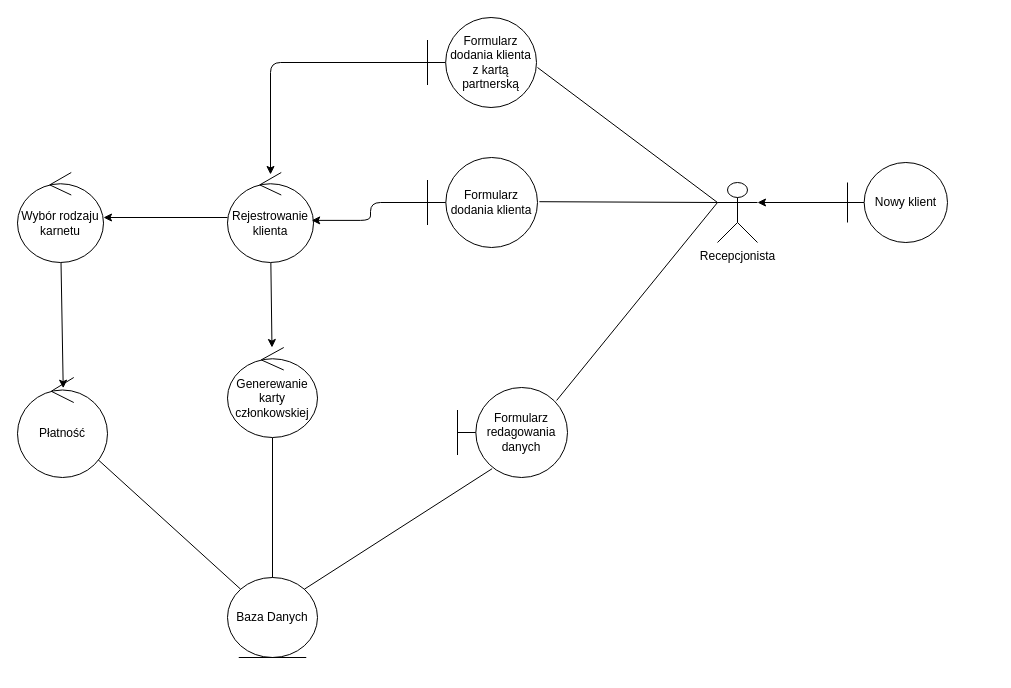
This is draw.io/ModelAnalitycznyNR1.drawio from WladekBBC/PSI, a draw.io file, before an edit. Source tidied: cells renumbered, new cells numbered last; positions are measured from the earlier drawing's top-left corner, leaving out a move shared by most shapes. Both pictures are drawn from the tidied source at 100%, with x=0, y=0 at pixel (17, 17).
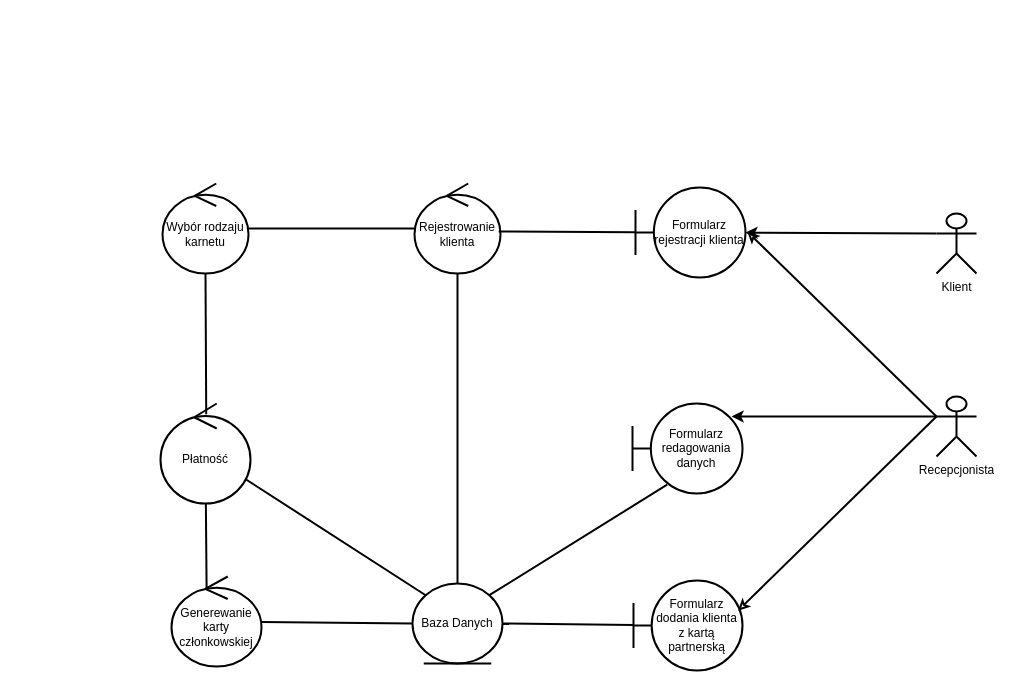
After the change.

Commit message (it also covers changes not shown here):
Model analityczny NR1

Model analityczny do pierwszego przypadku użycia systemu siłowni "SigmaGym"

The edit, as a diff of the source:
```diff
@@
-    <mxCell id="2" value="Recepcjonista" style="shape=umlActor;verticalLabelPosition=bottom;verticalAlign=top;html=1;" parent="1" vertex="1">
-      <mxGeometry x="700" y="165" width="40" height="60" as="geometry" />
+    <mxCell id="2" value="Recepcjonista" style="shape=umlActor;verticalLabelPosition=bottom;verticalAlign=top;html=1;strokeWidth=2;" parent="1" vertex="1">
+      <mxGeometry x="919" y="379" width="40" height="60" as="geometry" />
     </mxCell>
-    <mxCell id="3" value="Formularz dodania klienta" style="shape=umlBoundary;whiteSpace=wrap;html=1;" parent="1" vertex="1">
-      <mxGeometry x="410" y="140" width="110" height="90" as="geometry" />
-    </mxCell>
+    <mxCell id="24" value="Formularz rejestracji klienta" style="shape=umlBoundary;whiteSpace=wrap;html=1;strokeWidth=2;" parent="1" vertex="1">
+      <mxGeometry x="618" y="170" width="110" height="90" as="geometry" />
+    </mxCell>
-    <mxCell id="4" style="edgeStyle=none;html=1;" parent="1" edge="1" source="6" target="8">
+    <mxCell id="4" style="edgeStyle=none;html=1;strokeWidth=2;endArrow=none;startFill=0;" parent="1" edge="1" source="6" target="8">
       <mxGeometry relative="1" as="geometry" />
     </mxCell>
-    <mxCell id="5" style="edgeStyle=none;html=1;" parent="1" edge="1" source="6" target="15">
-      <mxGeometry relative="1" as="geometry" />
-    </mxCell>
+    <mxCell id="25" style="edgeStyle=orthogonalEdgeStyle;rounded=0;jettySize=auto;html=1;entryX=0.5;entryY=0;entryDx=0;entryDy=0;strokeWidth=2;endArrow=none;startFill=0;" parent="1" edge="1" source="6" target="7">
+      <mxGeometry relative="1" as="geometry" />
+    </mxCell>
-    <mxCell id="6" value="Rejestrowanie&lt;div&gt;klienta&lt;/div&gt;" style="ellipse;shape=umlControl;whiteSpace=wrap;html=1;" parent="1" vertex="1">
-      <mxGeometry x="210" y="155" width="86" height="90" as="geometry" />
+    <mxCell id="6" value="Rejestrowanie&lt;div&gt;klienta&lt;/div&gt;" style="ellipse;shape=umlControl;whiteSpace=wrap;html=1;strokeWidth=2;" parent="1" vertex="1">
+      <mxGeometry x="397" y="166" width="86" height="90" as="geometry" />
     </mxCell>
-    <mxCell id="7" value="Baza Danych" style="ellipse;shape=umlEntity;whiteSpace=wrap;html=1;" parent="1" vertex="1">
-      <mxGeometry x="210" y="560" width="90" height="80" as="geometry" />
+    <mxCell id="7" value="Baza Danych" style="ellipse;shape=umlEntity;whiteSpace=wrap;html=1;strokeWidth=2;" parent="1" vertex="1">
+      <mxGeometry x="395" y="566" width="90" height="80" as="geometry" />
     </mxCell>
-    <mxCell id="8" value="Wybór rodzaju karnetu" style="ellipse;shape=umlControl;whiteSpace=wrap;html=1;" parent="1" vertex="1">
-      <mxGeometry y="155" width="86" height="90" as="geometry" />
+    <mxCell id="8" value="Wybór rodzaju karnetu" style="ellipse;shape=umlControl;whiteSpace=wrap;html=1;strokeWidth=2;" parent="1" vertex="1">
+      <mxGeometry x="145" y="166" width="86" height="90" as="geometry" />
     </mxCell>
+    <mxCell id="26" style="rounded=0;jettySize=auto;html=1;entryX=1;entryY=0.5;entryDx=0;entryDy=0;strokeWidth=2;endArrow=none;startFill=0;" parent="1" edge="1" source="9" target="7">
+      <mxGeometry relative="1" as="geometry" />
+    </mxCell>
-    <mxCell id="9" value="Formularz dodania klienta z kartą partnerską" style="shape=umlBoundary;whiteSpace=wrap;html=1;" parent="1" vertex="1">
-      <mxGeometry x="410" width="109" height="90" as="geometry" />
+    <mxCell id="9" value="Formularz dodania klienta z kartą partnerską" style="shape=umlBoundary;whiteSpace=wrap;html=1;strokeWidth=2;" parent="1" vertex="1">
+      <mxGeometry x="616" y="563" width="109" height="90" as="geometry" />
     </mxCell>
-    <mxCell id="10" style="endArrow=none;html=1;entryX=0;entryY=0.3333333333333333;entryDx=0;entryDy=0;entryPerimeter=0;exitX=1.017;exitY=0.491;exitDx=0;exitDy=0;exitPerimeter=0;" parent="1" edge="1" source="3" target="2">
-      <mxGeometry relative="1" as="geometry" />
-    </mxCell>
-    <mxCell id="11" style="endArrow=none;html=1;entryX=0;entryY=0.3333333333333333;entryDx=0;entryDy=0;entryPerimeter=0;" parent="1" edge="1" target="2">
-      <mxGeometry relative="1" as="geometry">
-        <mxPoint x="520" y="50" as="sourcePoint" />
-      </mxGeometry>
-    </mxCell>
-    <mxCell id="12" style="edgeStyle=orthogonalEdgeStyle;html=1;entryX=0.979;entryY=0.532;entryDx=0;entryDy=0;entryPerimeter=0;" parent="1" edge="1" source="3" target="6">
-      <mxGeometry relative="1" as="geometry" />
-    </mxCell>
-    <mxCell id="13" style="edgeStyle=orthogonalEdgeStyle;html=1;entryX=0.5;entryY=0.022;entryDx=0;entryDy=0;entryPerimeter=0;" parent="1" edge="1" source="9" target="6">
-      <mxGeometry relative="1" as="geometry" />
-    </mxCell>
+    <mxCell id="27" style="endArrow=none;html=1;entryX=0;entryY=0.3333333333333333;entryDx=0;entryDy=0;entryPerimeter=0;exitX=1.017;exitY=0.491;exitDx=0;exitDy=0;exitPerimeter=0;strokeWidth=2;endFill=1;startArrow=classic;startFill=0;" parent="1" edge="1" source="24" target="2">
+      <mxGeometry relative="1" as="geometry" />
+    </mxCell>
+    <mxCell id="28" style="endArrow=none;html=1;entryX=0;entryY=0.3333333333333333;entryDx=0;entryDy=0;entryPerimeter=0;exitX=0.959;exitY=0.335;exitDx=0;exitDy=0;exitPerimeter=0;strokeWidth=2;endFill=1;startArrow=classic;startFill=0;" parent="1" edge="1" source="9" target="2">
+      <mxGeometry relative="1" as="geometry" />
+    </mxCell>
+    <mxCell id="29" style="html=1;entryX=0.979;entryY=0.532;entryDx=0;entryDy=0;entryPerimeter=0;strokeWidth=2;endArrow=none;startFill=0;" parent="1" edge="1" source="24" target="6">
+      <mxGeometry relative="1" as="geometry" />
+    </mxCell>
-    <mxCell id="14" style="edgeStyle=none;html=1;entryX=0.5;entryY=0;entryDx=0;entryDy=0;endArrow=none;endFill=0;" parent="1" edge="1" source="15" target="7">
+    <mxCell id="14" style="edgeStyle=none;html=1;entryX=0;entryY=0.5;entryDx=0;entryDy=0;endArrow=none;endFill=0;strokeWidth=2;" parent="1" edge="1" source="15" target="7">
       <mxGeometry relative="1" as="geometry" />
     </mxCell>
-    <mxCell id="15" value="Generewanie&lt;div&gt;karty członkowskiej&lt;/div&gt;" style="ellipse;shape=umlControl;whiteSpace=wrap;html=1;" parent="1" vertex="1">
-      <mxGeometry x="210" y="330" width="90" height="90" as="geometry" />
+    <mxCell id="15" value="Generewanie&lt;div&gt;karty członkowskiej&lt;/div&gt;" style="ellipse;shape=umlControl;whiteSpace=wrap;html=1;strokeWidth=2;" parent="1" vertex="1">
+      <mxGeometry x="154" y="559" width="90" height="90" as="geometry" />
     </mxCell>
-    <mxCell id="16" style="edgeStyle=none;html=1;entryX=1;entryY=0;entryDx=0;entryDy=0;exitX=0.315;exitY=0.902;exitDx=0;exitDy=0;exitPerimeter=0;endArrow=none;endFill=0;" parent="1" edge="1" source="17" target="7">
+    <mxCell id="16" style="edgeStyle=none;html=1;entryX=1;entryY=0;entryDx=0;entryDy=0;exitX=0.315;exitY=0.902;exitDx=0;exitDy=0;exitPerimeter=0;endArrow=none;endFill=1;strokeWidth=2;startArrow=none;startFill=0;" parent="1" edge="1" source="17" target="7">
       <mxGeometry relative="1" as="geometry" />
     </mxCell>
-    <mxCell id="17" value="Formularz redagowania danych" style="shape=umlBoundary;whiteSpace=wrap;html=1;" parent="1" vertex="1">
-      <mxGeometry x="440" y="370" width="110" height="90" as="geometry" />
+    <mxCell id="17" value="Formularz redagowania danych" style="shape=umlBoundary;whiteSpace=wrap;html=1;strokeWidth=2;" parent="1" vertex="1">
+      <mxGeometry x="615" y="386" width="110" height="90" as="geometry" />
     </mxCell>
-    <mxCell id="18" style="endArrow=none;html=1;entryX=0;entryY=0.3333333333333333;entryDx=0;entryDy=0;entryPerimeter=0;exitX=0.901;exitY=0.144;exitDx=0;exitDy=0;exitPerimeter=0;" parent="1" edge="1" source="17" target="2">
+    <mxCell id="18" style="endArrow=none;html=1;exitX=0.901;exitY=0.144;exitDx=0;exitDy=0;exitPerimeter=0;strokeWidth=2;entryX=0;entryY=0.3333333333333333;entryDx=0;entryDy=0;entryPerimeter=0;endFill=1;startFill=1;startArrow=classic;" parent="1" edge="1" source="17" target="2">
       <mxGeometry relative="1" as="geometry" />
     </mxCell>
+    <mxCell id="30" style="edgeStyle=none;html=1;entryX=0.39;entryY=0.141;entryDx=0;entryDy=0;endArrow=none;endFill=0;strokeWidth=2;entryPerimeter=0;" parent="1" edge="1" source="20" target="15">
+      <mxGeometry relative="1" as="geometry" />
+    </mxCell>
-    <mxCell id="19" style="edgeStyle=none;html=1;entryX=0;entryY=0;entryDx=0;entryDy=0;endArrow=none;endFill=0;" parent="1" edge="1" source="20" target="7">
+    <mxCell id="19" style="rounded=0;jettySize=auto;html=1;entryX=0;entryY=0;entryDx=0;entryDy=0;strokeWidth=2;endArrow=none;startFill=0;" parent="1" edge="1" source="20" target="7">
       <mxGeometry relative="1" as="geometry" />
     </mxCell>
-    <mxCell id="20" value="Płatność" style="ellipse;shape=umlControl;whiteSpace=wrap;html=1;" parent="1" vertex="1">
-      <mxGeometry y="360" width="90" height="100" as="geometry" />
+    <mxCell id="20" value="Płatność" style="ellipse;shape=umlControl;whiteSpace=wrap;html=1;strokeWidth=2;" parent="1" vertex="1">
+      <mxGeometry x="143" y="386" width="90" height="100" as="geometry" />
     </mxCell>
-    <mxCell id="21" style="edgeStyle=none;html=1;entryX=0.508;entryY=0.107;entryDx=0;entryDy=0;entryPerimeter=0;" parent="1" edge="1" source="8" target="20">
+    <mxCell id="21" style="edgeStyle=none;html=1;entryX=0.508;entryY=0.107;entryDx=0;entryDy=0;entryPerimeter=0;strokeWidth=2;endArrow=none;startFill=0;" parent="1" edge="1" source="8" target="20">
       <mxGeometry relative="1" as="geometry" />
     </mxCell>
-    <mxCell id="22" value="Nowy klient" style="shape=umlBoundary;whiteSpace=wrap;html=1;" parent="1" vertex="1">
-      <mxGeometry x="830" y="145" width="100" height="80" as="geometry" />
-    </mxCell>
-    <mxCell id="23" style="edgeStyle=none;html=1;entryX=1;entryY=0.3333333333333333;entryDx=0;entryDy=0;entryPerimeter=0;" parent="1" edge="1" source="22" target="2">
-      <mxGeometry relative="1" as="geometry" />
-    </mxCell>
+    <mxCell id="31" style="rounded=0;jettySize=auto;html=1;strokeWidth=2;exitX=0;exitY=0.3333333333333333;exitDx=0;exitDy=0;exitPerimeter=0;" parent="1" edge="1" source="32" target="24">
+      <mxGeometry relative="1" as="geometry" />
+    </mxCell>
+    <mxCell id="32" value="Klient" style="shape=umlActor;verticalLabelPosition=bottom;verticalAlign=top;html=1;strokeWidth=2;" parent="1" vertex="1">
+      <mxGeometry x="919" y="196" width="40" height="60" as="geometry" />
+    </mxCell>
```
